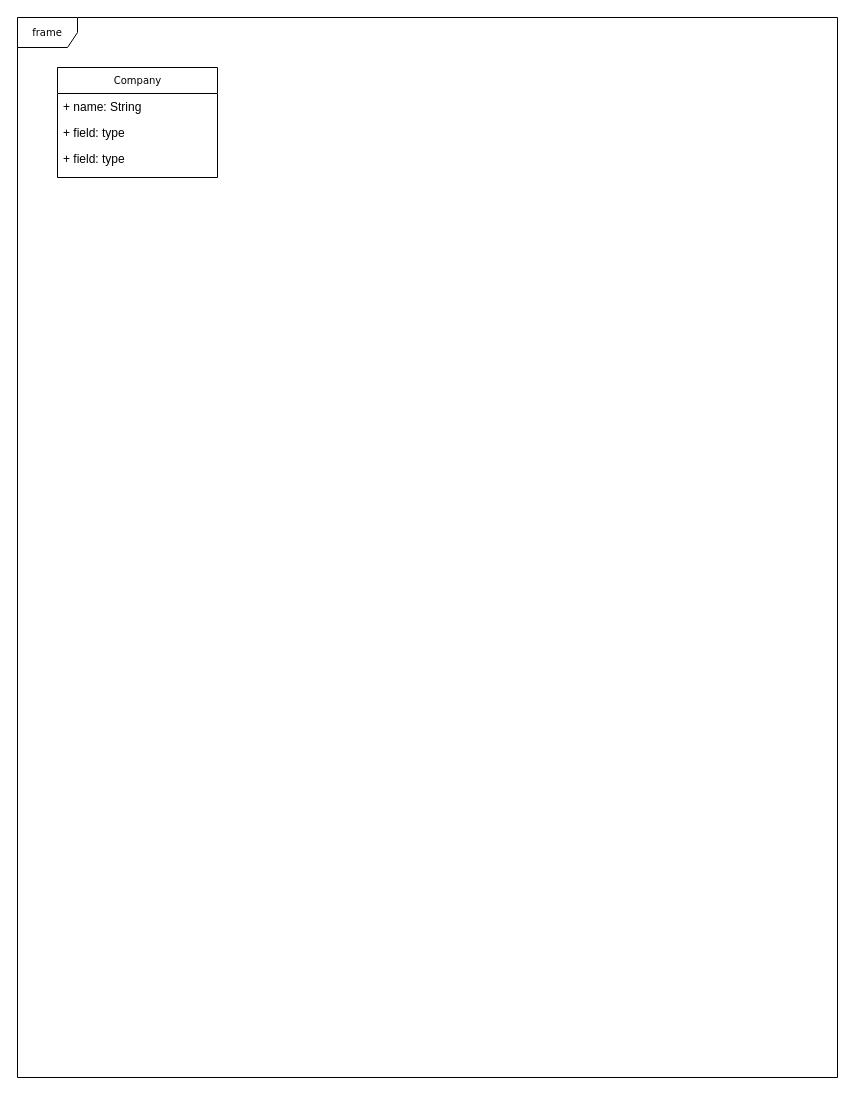
This is Untitled Diagram.drawio from canytam/DjangoProject, a draw.io file, before an edit. Source tidied: cells renumbered, new cells numbered last; positions are measured from the earlier drawing's top-left corner, leaving out a move shared by most shapes. Both pictures are drawn from the tidied source at 100%, with x=0, y=0 at pixel (17, 17).
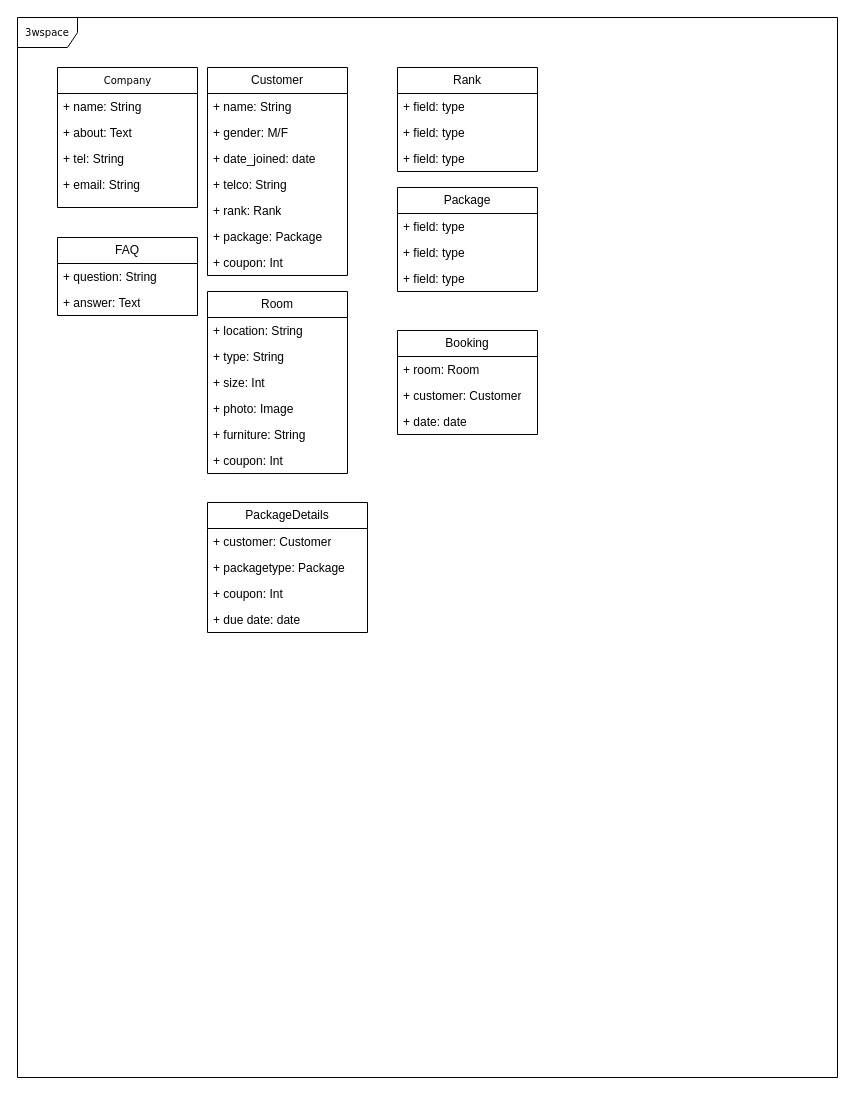
The same page after the edit.

What changed in the source:
```diff
@@
-    <mxCell id="2" value="frame" style="shape=umlFrame;whiteSpace=wrap;html=1;rounded=0;shadow=0;comic=0;labelBackgroundColor=none;strokeWidth=1;fontFamily=Verdana;fontSize=10;align=center;" parent="1" vertex="1">
+    <mxCell id="2" value="3wspace" style="shape=umlFrame;whiteSpace=wrap;html=1;rounded=0;shadow=0;comic=0;labelBackgroundColor=none;strokeWidth=1;fontFamily=Verdana;fontSize=10;align=center;" parent="1" vertex="1">
       <mxGeometry width="820" height="1060" as="geometry" />
     </mxCell>
     <mxCell id="3" value="Company" style="swimlane;html=1;fontStyle=0;horizontal=1;startSize=26;fillColor=none;swimlaneFillColor=#ffffff;rounded=0;shadow=0;comic=0;labelBackgroundColor=none;strokeWidth=1;fontFamily=Verdana;fontSize=10;align=center;" parent="1" vertex="1">
-      <mxGeometry x="40" y="50" width="160" height="110" as="geometry" />
+      <mxGeometry x="40" y="50" width="140" height="140" as="geometry" />
     </mxCell>
     <mxCell id="4" value="+ name: String" style="text;html=1;strokeColor=none;fillColor=none;align=left;verticalAlign=top;spacingLeft=4;spacingRight=4;whiteSpace=wrap;overflow=hidden;" parent="3" vertex="1">
-      <mxGeometry y="26" width="160" height="26" as="geometry" />
+      <mxGeometry y="26" width="140" height="26" as="geometry" />
     </mxCell>
-    <mxCell id="5" value="+ field: type" style="text;html=1;strokeColor=none;fillColor=none;align=left;verticalAlign=top;spacingLeft=4;spacingRight=4;whiteSpace=wrap;overflow=hidden;" parent="3" vertex="1">
-      <mxGeometry y="52" width="160" height="26" as="geometry" />
+    <mxCell id="5" value="+ about: Text" style="text;html=1;strokeColor=none;fillColor=none;align=left;verticalAlign=top;spacingLeft=4;spacingRight=4;whiteSpace=wrap;overflow=hidden;" parent="3" vertex="1">
+      <mxGeometry y="52" width="140" height="26" as="geometry" />
     </mxCell>
-    <mxCell id="6" value="+ field: type" style="text;html=1;strokeColor=none;fillColor=none;align=left;verticalAlign=top;spacingLeft=4;spacingRight=4;whiteSpace=wrap;overflow=hidden;" parent="3" vertex="1">
-      <mxGeometry y="78" width="160" height="26" as="geometry" />
+    <mxCell id="6" value="+ tel: String" style="text;html=1;strokeColor=none;fillColor=none;align=left;verticalAlign=top;spacingLeft=4;spacingRight=4;whiteSpace=wrap;overflow=hidden;" parent="3" vertex="1">
+      <mxGeometry y="78" width="140" height="26" as="geometry" />
     </mxCell>
+    <mxCell id="7" value="+ email: String" style="text;html=1;strokeColor=none;fillColor=none;align=left;verticalAlign=top;spacingLeft=4;spacingRight=4;whiteSpace=wrap;overflow=hidden;" parent="3" vertex="1">
+      <mxGeometry y="104" width="140" height="26" as="geometry" />
+    </mxCell>
+    <mxCell id="8" value="FAQ" style="swimlane;fontStyle=0;horizontal=1;startSize=26;fillColor=none;whiteSpace=wrap;html=1;" parent="1" vertex="1">
+      <mxGeometry x="40" y="220" width="140" height="78" as="geometry" />
+    </mxCell>
+    <mxCell id="9" value="+ question: String" style="text;strokeColor=none;fillColor=none;align=left;verticalAlign=top;spacingLeft=4;spacingRight=4;overflow=hidden;whiteSpace=wrap;html=1;" parent="8" vertex="1">
+      <mxGeometry y="26" width="140" height="26" as="geometry" />
+    </mxCell>
+    <mxCell id="10" value="+ answer: Text" style="text;strokeColor=none;fillColor=none;align=left;verticalAlign=top;spacingLeft=4;spacingRight=4;overflow=hidden;whiteSpace=wrap;html=1;" parent="8" vertex="1">
+      <mxGeometry y="52" width="140" height="26" as="geometry" />
+    </mxCell>
+    <mxCell id="11" value="Customer" style="swimlane;fontStyle=0;horizontal=1;startSize=26;fillColor=none;whiteSpace=wrap;html=1;" parent="1" vertex="1">
+      <mxGeometry x="190" y="50" width="140" height="208" as="geometry" />
+    </mxCell>
+    <mxCell id="12" value="+ name: String" style="text;strokeColor=none;fillColor=none;align=left;verticalAlign=top;spacingLeft=4;spacingRight=4;overflow=hidden;whiteSpace=wrap;html=1;" parent="11" vertex="1">
+      <mxGeometry y="26" width="140" height="26" as="geometry" />
+    </mxCell>
+    <mxCell id="13" value="+ gender: M/F" style="text;strokeColor=none;fillColor=none;align=left;verticalAlign=top;spacingLeft=4;spacingRight=4;overflow=hidden;whiteSpace=wrap;html=1;" parent="11" vertex="1">
+      <mxGeometry y="52" width="140" height="26" as="geometry" />
+    </mxCell>
+    <mxCell id="14" value="+ date_joined: date" style="text;strokeColor=none;fillColor=none;align=left;verticalAlign=top;spacingLeft=4;spacingRight=4;overflow=hidden;whiteSpace=wrap;html=1;" parent="11" vertex="1">
+      <mxGeometry y="78" width="140" height="26" as="geometry" />
+    </mxCell>
+    <mxCell id="15" value="+ telco: String" style="text;strokeColor=none;fillColor=none;align=left;verticalAlign=top;spacingLeft=4;spacingRight=4;overflow=hidden;whiteSpace=wrap;html=1;" parent="11" vertex="1">
+      <mxGeometry y="104" width="140" height="26" as="geometry" />
+    </mxCell>
+    <mxCell id="16" value="+ rank: Rank" style="text;strokeColor=none;fillColor=none;align=left;verticalAlign=top;spacingLeft=4;spacingRight=4;overflow=hidden;whiteSpace=wrap;html=1;" parent="11" vertex="1">
+      <mxGeometry y="130" width="140" height="26" as="geometry" />
+    </mxCell>
+    <mxCell id="17" value="+ package: Package" style="text;strokeColor=none;fillColor=none;align=left;verticalAlign=top;spacingLeft=4;spacingRight=4;overflow=hidden;whiteSpace=wrap;html=1;" parent="11" vertex="1">
+      <mxGeometry y="156" width="140" height="26" as="geometry" />
+    </mxCell>
+    <mxCell id="18" value="+ coupon: Int" style="text;strokeColor=none;fillColor=none;align=left;verticalAlign=top;spacingLeft=4;spacingRight=4;overflow=hidden;whiteSpace=wrap;html=1;" parent="11" vertex="1">
+      <mxGeometry y="182" width="140" height="26" as="geometry" />
+    </mxCell>
+    <mxCell id="19" value="Rank" style="swimlane;fontStyle=0;horizontal=1;startSize=26;fillColor=none;whiteSpace=wrap;html=1;" parent="1" vertex="1">
+      <mxGeometry x="380" y="50" width="140" height="104" as="geometry" />
+    </mxCell>
+    <mxCell id="20" value="+ field: type" style="text;strokeColor=none;fillColor=none;align=left;verticalAlign=top;spacingLeft=4;spacingRight=4;overflow=hidden;whiteSpace=wrap;html=1;" parent="19" vertex="1">
+      <mxGeometry y="26" width="140" height="26" as="geometry" />
+    </mxCell>
+    <mxCell id="21" value="+ field: type" style="text;strokeColor=none;fillColor=none;align=left;verticalAlign=top;spacingLeft=4;spacingRight=4;overflow=hidden;whiteSpace=wrap;html=1;" parent="19" vertex="1">
+      <mxGeometry y="52" width="140" height="26" as="geometry" />
+    </mxCell>
+    <mxCell id="22" value="+ field: type" style="text;strokeColor=none;fillColor=none;align=left;verticalAlign=top;spacingLeft=4;spacingRight=4;overflow=hidden;whiteSpace=wrap;html=1;" parent="19" vertex="1">
+      <mxGeometry y="78" width="140" height="26" as="geometry" />
+    </mxCell>
+    <mxCell id="23" value="Package" style="swimlane;fontStyle=0;horizontal=1;startSize=26;fillColor=none;whiteSpace=wrap;html=1;" parent="1" vertex="1">
+      <mxGeometry x="380" y="170" width="140" height="104" as="geometry" />
+    </mxCell>
+    <mxCell id="24" value="+ field: type" style="text;strokeColor=none;fillColor=none;align=left;verticalAlign=top;spacingLeft=4;spacingRight=4;overflow=hidden;whiteSpace=wrap;html=1;" parent="23" vertex="1">
+      <mxGeometry y="26" width="140" height="26" as="geometry" />
+    </mxCell>
+    <mxCell id="25" value="+ field: type" style="text;strokeColor=none;fillColor=none;align=left;verticalAlign=top;spacingLeft=4;spacingRight=4;overflow=hidden;whiteSpace=wrap;html=1;" parent="23" vertex="1">
+      <mxGeometry y="52" width="140" height="26" as="geometry" />
+    </mxCell>
+    <mxCell id="26" value="+ field: type" style="text;strokeColor=none;fillColor=none;align=left;verticalAlign=top;spacingLeft=4;spacingRight=4;overflow=hidden;whiteSpace=wrap;html=1;" parent="23" vertex="1">
+      <mxGeometry y="78" width="140" height="26" as="geometry" />
+    </mxCell>
+    <mxCell id="27" value="Booking" style="swimlane;fontStyle=0;horizontal=1;startSize=26;fillColor=none;whiteSpace=wrap;html=1;fillOpacity=100;" parent="1" vertex="1">
+      <mxGeometry x="380" y="313" width="140" height="104" as="geometry" />
+    </mxCell>
+    <mxCell id="28" value="+ room: Room" style="text;strokeColor=none;fillColor=none;align=left;verticalAlign=top;spacingLeft=4;spacingRight=4;overflow=hidden;whiteSpace=wrap;html=1;" parent="27" vertex="1">
+      <mxGeometry y="26" width="140" height="26" as="geometry" />
+    </mxCell>
+    <mxCell id="29" value="+ customer: Customer" style="text;strokeColor=none;fillColor=none;align=left;verticalAlign=top;spacingLeft=4;spacingRight=4;overflow=hidden;whiteSpace=wrap;html=1;" parent="27" vertex="1">
+      <mxGeometry y="52" width="140" height="26" as="geometry" />
+    </mxCell>
+    <mxCell id="30" value="+ date: date" style="text;strokeColor=none;fillColor=none;align=left;verticalAlign=top;spacingLeft=4;spacingRight=4;overflow=hidden;whiteSpace=wrap;html=1;" parent="27" vertex="1">
+      <mxGeometry y="78" width="140" height="26" as="geometry" />
+    </mxCell>
+    <mxCell id="31" value="Room" style="swimlane;fontStyle=0;horizontal=1;startSize=26;fillColor=none;whiteSpace=wrap;html=1;" parent="1" vertex="1">
+      <mxGeometry x="190" y="274" width="140" height="182" as="geometry" />
+    </mxCell>
+    <mxCell id="32" value="+ location: String" style="text;strokeColor=none;fillColor=none;align=left;verticalAlign=top;spacingLeft=4;spacingRight=4;overflow=hidden;whiteSpace=wrap;html=1;" parent="31" vertex="1">
+      <mxGeometry y="26" width="140" height="26" as="geometry" />
+    </mxCell>
+    <mxCell id="33" value="+ type: String" style="text;strokeColor=none;fillColor=none;align=left;verticalAlign=top;spacingLeft=4;spacingRight=4;overflow=hidden;whiteSpace=wrap;html=1;" parent="31" vertex="1">
+      <mxGeometry y="52" width="140" height="26" as="geometry" />
+    </mxCell>
+    <mxCell id="34" value="+ size: Int" style="text;strokeColor=none;fillColor=none;align=left;verticalAlign=top;spacingLeft=4;spacingRight=4;overflow=hidden;whiteSpace=wrap;html=1;" parent="31" vertex="1">
+      <mxGeometry y="78" width="140" height="26" as="geometry" />
+    </mxCell>
+    <mxCell id="35" value="+ photo: Image" style="text;strokeColor=none;fillColor=none;align=left;verticalAlign=top;spacingLeft=4;spacingRight=4;overflow=hidden;whiteSpace=wrap;html=1;" parent="31" vertex="1">
+      <mxGeometry y="104" width="140" height="26" as="geometry" />
+    </mxCell>
+    <mxCell id="36" value="+ furniture: String" style="text;strokeColor=none;fillColor=none;align=left;verticalAlign=top;spacingLeft=4;spacingRight=4;overflow=hidden;whiteSpace=wrap;html=1;" parent="31" vertex="1">
+      <mxGeometry y="130" width="140" height="26" as="geometry" />
+    </mxCell>
+    <mxCell id="37" value="+ coupon: Int" style="text;strokeColor=none;fillColor=none;align=left;verticalAlign=top;spacingLeft=4;spacingRight=4;overflow=hidden;whiteSpace=wrap;html=1;" parent="31" vertex="1">
+      <mxGeometry y="156" width="140" height="26" as="geometry" />
+    </mxCell>
+    <mxCell id="38" value="PackageDetails" style="swimlane;fontStyle=0;horizontal=1;startSize=26;fillColor=none;whiteSpace=wrap;html=1;" parent="1" vertex="1">
+      <mxGeometry x="190" y="485" width="160" height="130" as="geometry" />
+    </mxCell>
+    <mxCell id="39" value="+ customer: Customer" style="text;strokeColor=none;fillColor=none;align=left;verticalAlign=top;spacingLeft=4;spacingRight=4;overflow=hidden;whiteSpace=wrap;html=1;" parent="38" vertex="1">
+      <mxGeometry y="26" width="160" height="26" as="geometry" />
+    </mxCell>
+    <mxCell id="40" value="+ packagetype: Package" style="text;strokeColor=none;fillColor=none;align=left;verticalAlign=top;spacingLeft=4;spacingRight=4;overflow=hidden;whiteSpace=wrap;html=1;" parent="38" vertex="1">
+      <mxGeometry y="52" width="160" height="26" as="geometry" />
+    </mxCell>
+    <mxCell id="41" value="+ coupon: Int" style="text;strokeColor=none;fillColor=none;align=left;verticalAlign=top;spacingLeft=4;spacingRight=4;overflow=hidden;whiteSpace=wrap;html=1;" parent="38" vertex="1">
+      <mxGeometry y="78" width="160" height="26" as="geometry" />
+    </mxCell>
+    <mxCell id="42" value="+ due date: date" style="text;strokeColor=none;fillColor=none;align=left;verticalAlign=top;spacingLeft=4;spacingRight=4;overflow=hidden;whiteSpace=wrap;html=1;" parent="38" vertex="1">
+      <mxGeometry y="104" width="160" height="26" as="geometry" />
+    </mxCell>
```
